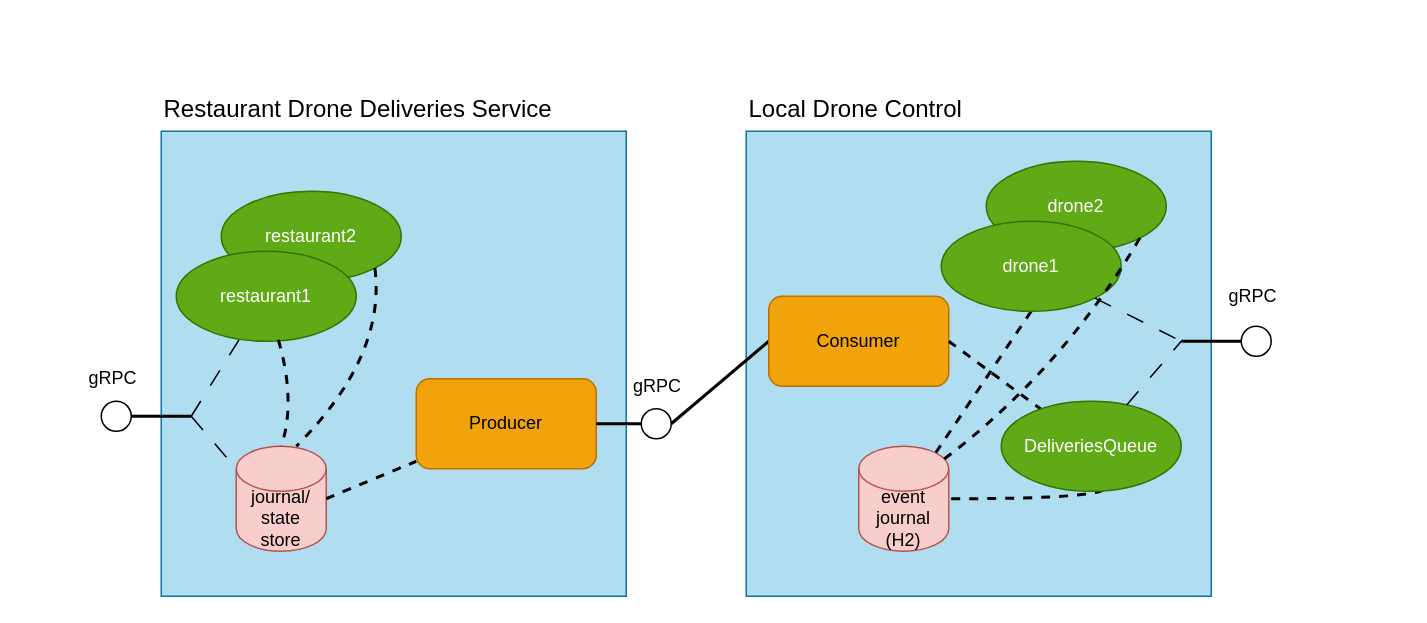
akka/akka-projection keeps this draw.io diagram as akka-edge-docs/src/main/paradox/images/guide-section-4.drawio. Above is the earlier version. Source tidied: cells renumbered, new cells numbered last; positions are measured from the earlier drawing's top-left corner, leaving out a move shared by most shapes. Both pictures are drawn from the tidied source at 150%, with x=0, y=0 at pixel (86, 86).
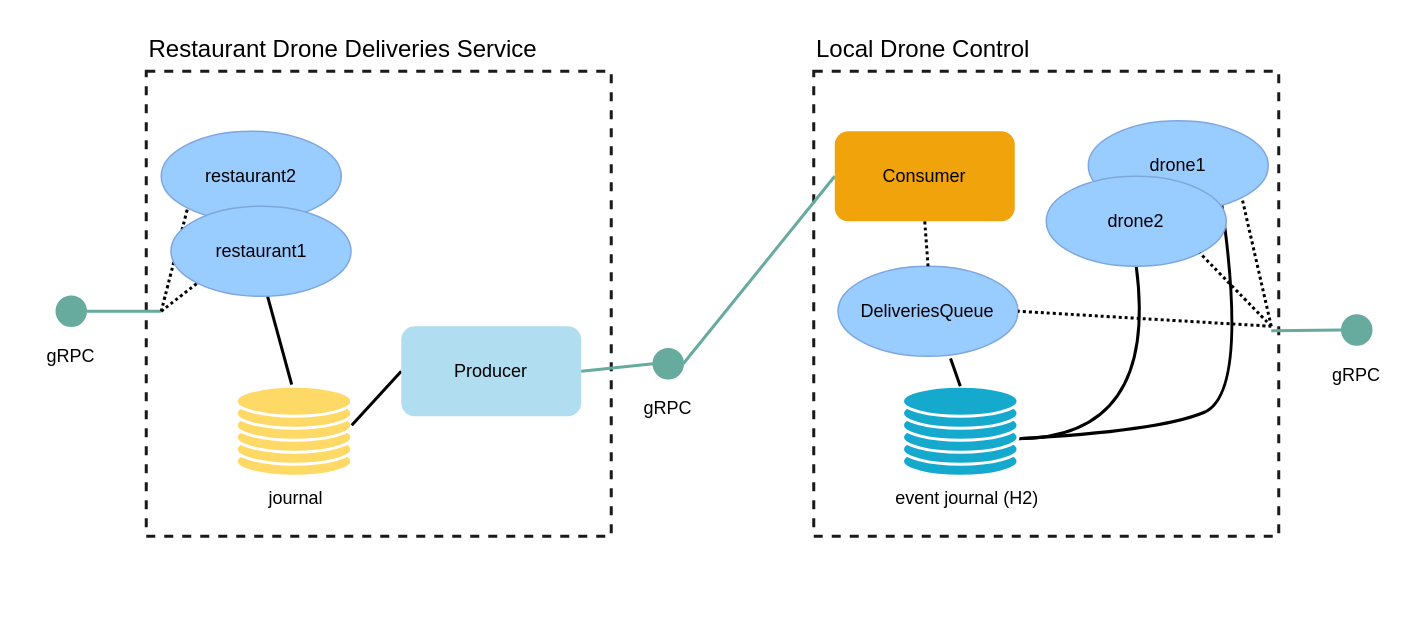
Above is the later version.

The edit, as a diff of the source:
```diff
@@
-    <mxCell id="2" style="whiteSpace=wrap;html=1;fillColor=#b1ddf0;strokeColor=#10739e;" parent="1" vertex="1">
-      <mxGeometry x="440" y="30" width="310" height="310" as="geometry" />
-    </mxCell>
-    <mxCell id="3" style="endArrow=none;html=1;exitX=0.5;exitY=1;exitDx=0;exitDy=0;strokeWidth=2;endFill=0;dashed=1;curved=1;entryX=0.855;entryY=0;entryDx=0;entryDy=4.35;entryPerimeter=0;" parent="1" edge="1" source="28" target="4">
-      <mxGeometry relative="1" as="geometry" />
-    </mxCell>
+    <mxCell id="36" style="whiteSpace=wrap;html=1;fillColor=#FFFFFF;strokeColor=#1A1A1A;strokeWidth=2;dashed=1;" parent="1" vertex="1">
+      <mxGeometry x="40" y="-10" width="310" height="310" as="geometry" />
+    </mxCell>
+    <mxCell id="37" style="ellipse;whiteSpace=wrap;html=1;strokeColor=#67AB9F;fillColor=#67AB9F;" parent="1" vertex="1">
+      <mxGeometry x="378" y="175" width="20" height="20" as="geometry" />
+    </mxCell>
+    <mxCell id="38" value="gRPC" style="text;html=1;strokeColor=none;fillColor=none;align=center;verticalAlign=middle;whiteSpace=wrap;rounded=0;" parent="1" vertex="1">
+      <mxGeometry x="358" y="200" width="60" height="30" as="geometry" />
+    </mxCell>
+    <mxCell id="39" style="endArrow=none;html=1;rounded=0;strokeWidth=2;endFill=0;exitX=0.367;exitY=-0.014;exitDx=0;exitDy=0;exitPerimeter=0;" parent="1" edge="1">
+      <mxGeometry relative="1" as="geometry">
+        <mxPoint x="137" y="199" as="sourcePoint" />
+        <mxPoint x="120.7" y="139.4" as="targetPoint" />
+      </mxGeometry>
+    </mxCell>
+    <mxCell id="19" value="Restaurant Drone Deliveries Service" style="text;html=1;strokeColor=none;fillColor=none;align=left;verticalAlign=middle;whiteSpace=wrap;rounded=0;fontSize=16;" parent="1" vertex="1">
+      <mxGeometry x="40" y="-40" width="290" height="30" as="geometry" />
+    </mxCell>
+    <mxCell id="40" value="journal" style="text;html=1;strokeColor=none;fillColor=none;align=center;verticalAlign=middle;whiteSpace=wrap;rounded=0;" parent="1" vertex="1">
+      <mxGeometry x="80" y="260" width="120" height="30" as="geometry" />
+    </mxCell>
+    <mxCell id="41" style="group;" parent="1" vertex="1">
+      <mxGeometry x="100" y="200" width="77" height="60" as="geometry" />
+    </mxCell>
+    <mxCell id="42" style="ellipse;whiteSpace=wrap;html=1;fillColor=#FFD966;strokeColor=#FFFFFF;strokeWidth=2;" parent="41" vertex="1">
+      <mxGeometry y="40" width="77" height="20" as="geometry" />
+    </mxCell>
+    <mxCell id="43" style="ellipse;whiteSpace=wrap;html=1;fillColor=#FFD966;strokeColor=#FFFFFF;strokeWidth=2;" parent="41" vertex="1">
+      <mxGeometry y="32" width="77" height="20" as="geometry" />
+    </mxCell>
+    <mxCell id="44" style="ellipse;whiteSpace=wrap;html=1;fillColor=#FFD966;strokeColor=#FFFFFF;strokeWidth=2;" parent="41" vertex="1">
+      <mxGeometry y="24" width="77" height="20" as="geometry" />
+    </mxCell>
+    <mxCell id="45" style="ellipse;whiteSpace=wrap;html=1;fillColor=#FFD966;strokeColor=#FFFFFF;strokeWidth=2;" parent="41" vertex="1">
+      <mxGeometry y="16" width="77" height="20" as="geometry" />
+    </mxCell>
+    <mxCell id="46" style="ellipse;whiteSpace=wrap;html=1;fillColor=#FFD966;strokeColor=#FFFFFF;strokeWidth=2;" parent="41" vertex="1">
+      <mxGeometry y="8" width="77" height="20" as="geometry" />
+    </mxCell>
+    <mxCell id="47" style="ellipse;whiteSpace=wrap;html=1;fillColor=#FFD966;strokeColor=#FFFFFF;strokeWidth=2;" parent="41" vertex="1">
+      <mxGeometry width="77" height="20" as="geometry" />
+    </mxCell>
+    <mxCell id="48" style="rounded=0;jettySize=auto;html=1;strokeWidth=2;endArrow=none;endFill=0;exitX=1;exitY=0.5;exitDx=0;exitDy=0;strokeColor=#67AB9F;" parent="1" edge="1" source="49">
+      <mxGeometry relative="1" as="geometry">
+        <mxPoint x="50" y="150" as="targetPoint" />
+      </mxGeometry>
+    </mxCell>
+    <mxCell id="49" style="ellipse;whiteSpace=wrap;html=1;strokeColor=#67AB9F;fillColor=#67AB9F;" parent="1" vertex="1">
+      <mxGeometry x="-20" y="140" width="20" height="20" as="geometry" />
+    </mxCell>
+    <mxCell id="50" value="gRPC" style="text;html=1;strokeColor=none;fillColor=none;align=center;verticalAlign=middle;whiteSpace=wrap;rounded=0;" parent="1" vertex="1">
+      <mxGeometry x="-40" y="165" width="60" height="30" as="geometry" />
+    </mxCell>
+    <mxCell id="12" value="restaurant2" style="ellipse;whiteSpace=wrap;html=1;fillColor=#99CCFF;strokeColor=#7EA6E0;fontColor=#000000;" parent="1" vertex="1">
+      <mxGeometry x="50" y="30" width="120" height="60" as="geometry" />
+    </mxCell>
+    <mxCell id="51" style="endArrow=none;html=1;rounded=0;exitX=0;exitY=0.5;exitDx=0;exitDy=0;strokeWidth=2;endFill=0;entryX=1;entryY=0.5;entryDx=0;entryDy=0;" parent="1" edge="1" source="11" target="45">
+      <mxGeometry relative="1" as="geometry" />
+    </mxCell>
+    <mxCell id="52" style="endArrow=none;html=1;strokeWidth=2;endFill=0;curved=1;dashed=1;entryX=0;entryY=1;entryDx=0;entryDy=0;dashPattern=1 1;" parent="1" edge="1" target="12">
+      <mxGeometry relative="1" as="geometry">
+        <mxPoint x="50" y="150" as="sourcePoint" />
+      </mxGeometry>
+    </mxCell>
+    <mxCell id="53" style="endArrow=none;html=1;strokeWidth=2;endFill=0;curved=1;dashed=1;entryX=0;entryY=1;entryDx=0;entryDy=0;dashPattern=1 1;" parent="1" edge="1" target="13">
+      <mxGeometry relative="1" as="geometry">
+        <mxPoint x="50" y="150" as="sourcePoint" />
+      </mxGeometry>
+    </mxCell>
+    <mxCell id="13" value="restaurant1" style="ellipse;whiteSpace=wrap;html=1;fillColor=#99CCFF;strokeColor=#7EA6E0;fontColor=#000000;" parent="1" vertex="1">
+      <mxGeometry x="56.5" y="80" width="120" height="60" as="geometry" />
+    </mxCell>
+    <mxCell id="54" style="whiteSpace=wrap;html=1;fillColor=#FFFFFF;strokeColor=#1A1A1A;dashed=1;strokeWidth=2;" parent="1" vertex="1">
+      <mxGeometry x="485" y="-10" width="310" height="310" as="geometry" />
+    </mxCell>
+    <mxCell id="55" style="endArrow=none;html=1;exitX=0.5;exitY=1;exitDx=0;exitDy=0;entryX=1;entryY=0.5;entryDx=0;entryDy=0;entryPerimeter=0;strokeWidth=2;endFill=0;jumpStyle=none;strokeColor=default;curved=1;" parent="1" edge="1" source="27">
+      <mxGeometry relative="1" as="geometry">
+        <mxPoint x="620" y="235" as="targetPoint" />
+        <Array as="points">
+          <mxPoint x="715" y="235" />
+        </Array>
+      </mxGeometry>
+    </mxCell>
+    <mxCell id="56" style="endArrow=none;html=1;exitX=0.742;exitY=0.933;exitDx=0;exitDy=0;strokeWidth=2;endFill=0;curved=1;entryX=1;entryY=0.5;entryDx=0;entryDy=0;entryPerimeter=0;exitPerimeter=0;" parent="1" edge="1" source="28">
+      <mxGeometry relative="1" as="geometry">
+        <mxPoint x="620" y="235" as="targetPoint" />
+        <Array as="points">
+          <mxPoint x="775" y="205" />
+          <mxPoint x="715" y="230" />
+        </Array>
+      </mxGeometry>
+    </mxCell>
+    <mxCell id="6" value="Local Drone Control" style="text;html=1;strokeColor=none;fillColor=none;align=left;verticalAlign=middle;whiteSpace=wrap;rounded=0;fontSize=16;" parent="1" vertex="1">
+      <mxGeometry x="485" y="-40" width="200" height="30" as="geometry" />
+    </mxCell>
+    <mxCell id="28" value="drone1" style="ellipse;whiteSpace=wrap;html=1;fillColor=#99CCFF;strokeColor=#7EA6E0;fontColor=#000000;" parent="1" vertex="1">
+      <mxGeometry x="668" y="23" width="120" height="60" as="geometry" />
+    </mxCell>
+    <mxCell id="27" value="drone2" style="ellipse;whiteSpace=wrap;html=1;fillColor=#99CCFF;strokeColor=#7EA6E0;fontColor=#000000;" parent="1" vertex="1">
+      <mxGeometry x="640" y="60" width="120" height="60" as="geometry" />
+    </mxCell>
+    <mxCell id="57" style="group;" parent="1" vertex="1">
+      <mxGeometry x="544.2" y="200" width="77" height="60" as="geometry" />
+    </mxCell>
+    <mxCell id="58" style="ellipse;whiteSpace=wrap;html=1;fillColor=#15a9ce;strokeColor=#FFFFFF;strokeWidth=2;" parent="57" vertex="1">
+      <mxGeometry y="40" width="77" height="20" as="geometry" />
+    </mxCell>
+    <mxCell id="59" style="ellipse;whiteSpace=wrap;html=1;fillColor=#15a9ce;strokeColor=#FFFFFF;strokeWidth=2;" parent="57" vertex="1">
+      <mxGeometry y="32" width="77" height="20" as="geometry" />
+    </mxCell>
+    <mxCell id="60" style="ellipse;whiteSpace=wrap;html=1;fillColor=#15a9ce;strokeColor=#FFFFFF;strokeWidth=2;" parent="57" vertex="1">
+      <mxGeometry y="24" width="77" height="20" as="geometry" />
+    </mxCell>
+    <mxCell id="61" style="ellipse;whiteSpace=wrap;html=1;fillColor=#15a9ce;strokeColor=#FFFFFF;strokeWidth=2;" parent="57" vertex="1">
+      <mxGeometry y="16" width="77" height="20" as="geometry" />
+    </mxCell>
+    <mxCell id="62" style="ellipse;whiteSpace=wrap;html=1;fillColor=#15a9ce;strokeColor=#FFFFFF;strokeWidth=2;" parent="57" vertex="1">
+      <mxGeometry y="8" width="77" height="20" as="geometry" />
+    </mxCell>
+    <mxCell id="63" style="ellipse;whiteSpace=wrap;html=1;fillColor=#15a9ce;strokeColor=#FFFFFF;strokeWidth=2;" parent="57" vertex="1">
+      <mxGeometry width="77" height="20" as="geometry" />
+    </mxCell>
-    <mxCell id="4" value="event&lt;br&gt;journal (H2)" style="shape=cylinder3;whiteSpace=wrap;html=1;boundedLbl=1;backgroundOutline=1;size=15;fillColor=#f8cecc;strokeColor=#b85450;" parent="1" vertex="1">
-      <mxGeometry x="515" y="240" width="60" height="70" as="geometry" />
+    <mxCell id="4" value="event journal (H2)" style="text;html=1;strokeColor=none;fillColor=none;align=center;verticalAlign=middle;whiteSpace=wrap;rounded=0;" parent="1" vertex="1">
+      <mxGeometry x="535" y="260" width="105" height="30" as="geometry" />
     </mxCell>
-    <mxCell id="5" style="endArrow=none;html=1;exitX=0.567;exitY=0.983;exitDx=0;exitDy=0;exitPerimeter=0;entryX=1;entryY=0.5;entryDx=0;entryDy=0;entryPerimeter=0;strokeWidth=2;endFill=0;jumpStyle=none;strokeColor=default;dashed=1;curved=1;" parent="1" edge="1" source="30" target="4">
-      <mxGeometry relative="1" as="geometry">
-        <Array as="points">
-          <mxPoint x="670" y="275" />
-        </Array>
-      </mxGeometry>
-    </mxCell>
-    <mxCell id="6" value="Local Drone Control" style="text;html=1;strokeColor=none;fillColor=none;align=left;verticalAlign=middle;whiteSpace=wrap;rounded=0;fontSize=16;" parent="1" vertex="1">
-      <mxGeometry x="440" width="200" height="30" as="geometry" />
-    </mxCell>
-    <mxCell id="7" style="ellipse;whiteSpace=wrap;html=1;" parent="1" vertex="1">
-      <mxGeometry x="370" y="215" width="20" height="20" as="geometry" />
-    </mxCell>
-    <mxCell id="8" value="gRPC" style="text;html=1;strokeColor=none;fillColor=none;align=left;verticalAlign=middle;whiteSpace=wrap;rounded=0;fontSize=12;" parent="1" vertex="1">
-      <mxGeometry x="363" y="185" width="50" height="30" as="geometry" />
-    </mxCell>
-    <mxCell id="9" style="whiteSpace=wrap;html=1;fillColor=#b1ddf0;strokeColor=#10739e;" parent="1" vertex="1">
-      <mxGeometry x="50" y="30" width="310" height="310" as="geometry" />
-    </mxCell>
-    <mxCell id="10" value="journal/&lt;br&gt;state &lt;br&gt;store" style="shape=cylinder3;whiteSpace=wrap;html=1;boundedLbl=1;backgroundOutline=1;size=15;fillColor=#f8cecc;strokeColor=#b85450;" parent="1" vertex="1">
-      <mxGeometry x="100" y="240" width="60" height="70" as="geometry" />
-    </mxCell>
+    <mxCell id="64" style="rounded=0;jettySize=auto;html=1;strokeWidth=2;endArrow=none;endFill=0;exitX=1;exitY=0.5;exitDx=0;exitDy=0;strokeColor=#67AB9F;entryX=0;entryY=0.5;entryDx=0;entryDy=0;" parent="1" edge="1" source="37" target="20">
+      <mxGeometry relative="1" as="geometry" />
+    </mxCell>
+    <mxCell id="20" value="Consumer" style="rounded=1;whiteSpace=wrap;html=1;fillColor=#f0a30a;fontColor=#000000;strokeColor=none;" parent="1" vertex="1">
+      <mxGeometry x="499" y="30" width="120" height="60" as="geometry" />
+    </mxCell>
-    <mxCell id="11" value="Producer" style="rounded=1;whiteSpace=wrap;html=1;fillColor=#f0a30a;fontColor=#000000;strokeColor=#BD7000;" parent="1" vertex="1">
-      <mxGeometry x="220" y="195" width="120" height="60" as="geometry" />
+    <mxCell id="11" value="Producer" style="rounded=1;whiteSpace=wrap;html=1;fillColor=#b1ddf0;strokeColor=none;" parent="1" vertex="1">
+      <mxGeometry x="210" y="160" width="120" height="60" as="geometry" />
     </mxCell>
-    <mxCell id="12" value="restaurant2" style="ellipse;whiteSpace=wrap;html=1;fillColor=#60a917;strokeColor=#2D7600;fontColor=#ffffff;" parent="1" vertex="1">
-      <mxGeometry x="90" y="70" width="120" height="60" as="geometry" />
-    </mxCell>
-    <mxCell id="13" value="restaurant1" style="ellipse;whiteSpace=wrap;html=1;fillColor=#60a917;strokeColor=#2D7600;fontColor=#ffffff;" parent="1" vertex="1">
-      <mxGeometry x="60" y="110" width="120" height="60" as="geometry" />
-    </mxCell>
-    <mxCell id="14" style="endArrow=none;html=1;exitX=0.567;exitY=0.983;exitDx=0;exitDy=0;exitPerimeter=0;entryX=0.5;entryY=0;entryDx=0;entryDy=0;entryPerimeter=0;strokeWidth=2;endFill=0;jumpStyle=none;strokeColor=default;dashed=1;curved=1;" parent="1" edge="1" source="13" target="10">
-      <mxGeometry relative="1" as="geometry">
-        <Array as="points">
-          <mxPoint x="140" y="210" />
-        </Array>
-      </mxGeometry>
-    </mxCell>
-    <mxCell id="15" style="endArrow=none;html=1;exitX=1;exitY=1;exitDx=0;exitDy=0;strokeWidth=2;endFill=0;dashed=1;curved=1;" parent="1" edge="1" source="12">
-      <mxGeometry relative="1" as="geometry">
-        <mxPoint x="140" y="240" as="targetPoint" />
-        <Array as="points">
-          <mxPoint x="200" y="180" />
-        </Array>
-      </mxGeometry>
-    </mxCell>
-    <mxCell id="16" style="endArrow=none;html=1;exitX=1;exitY=0.5;exitDx=0;exitDy=0;strokeWidth=2;endFill=0;exitPerimeter=0;curved=1;dashed=1;" parent="1" edge="1" source="10" target="11">
-      <mxGeometry relative="1" as="geometry" />
-    </mxCell>
-    <mxCell id="17" style="endArrow=none;html=1;rounded=0;strokeWidth=2;endFill=0;entryX=0;entryY=0.5;entryDx=0;entryDy=0;exitX=1;exitY=0.5;exitDx=0;exitDy=0;" parent="1" edge="1" source="11" target="7">
-      <mxGeometry relative="1" as="geometry" />
-    </mxCell>
-    <mxCell id="18" style="endArrow=none;html=1;rounded=0;entryX=0;entryY=0.5;entryDx=0;entryDy=0;exitX=1;exitY=0.5;exitDx=0;exitDy=0;strokeWidth=2;" parent="1" edge="1" source="7" target="20">
-      <mxGeometry relative="1" as="geometry" />
-    </mxCell>
-    <mxCell id="19" value="Restaurant Drone Deliveries Service" style="text;html=1;strokeColor=none;fillColor=none;align=left;verticalAlign=middle;whiteSpace=wrap;rounded=0;fontSize=16;" parent="1" vertex="1">
-      <mxGeometry x="50" width="290" height="30" as="geometry" />
-    </mxCell>
-    <mxCell id="20" value="Consumer" style="rounded=1;whiteSpace=wrap;html=1;fillColor=#f0a30a;fontColor=#000000;strokeColor=#BD7000;" parent="1" vertex="1">
-      <mxGeometry x="455" y="140" width="120" height="60" as="geometry" />
-    </mxCell>
-    <mxCell id="21" style="endArrow=none;html=1;strokeWidth=2;endFill=0;dashed=1;curved=1;exitX=1;exitY=0.5;exitDx=0;exitDy=0;" parent="1" edge="1" source="20" target="30">
-      <mxGeometry relative="1" as="geometry" />
-    </mxCell>
-    <mxCell id="22" style="ellipse;whiteSpace=wrap;html=1;" parent="1" vertex="1">
-      <mxGeometry x="10" y="210" width="20" height="20" as="geometry" />
-    </mxCell>
-    <mxCell id="23" style="endArrow=none;html=1;rounded=0;strokeWidth=2;endFill=0;exitX=0.065;exitY=0.613;exitDx=0;exitDy=0;exitPerimeter=0;entryX=1;entryY=0.5;entryDx=0;entryDy=0;" parent="1" edge="1" source="9" target="22">
-      <mxGeometry relative="1" as="geometry" />
-    </mxCell>
-    <mxCell id="24" style="endArrow=none;html=1;rounded=0;dashed=1;dashPattern=12 12;entryX=0;entryY=0;entryDx=0;entryDy=15;entryPerimeter=0;" parent="1" edge="1" target="10">
-      <mxGeometry relative="1" as="geometry">
-        <mxPoint x="70" y="220" as="sourcePoint" />
-      </mxGeometry>
-    </mxCell>
-    <mxCell id="25" style="endArrow=none;html=1;rounded=0;dashed=1;dashPattern=12 12;" parent="1" edge="1" target="13">
-      <mxGeometry relative="1" as="geometry">
-        <mxPoint x="70" y="220" as="sourcePoint" />
-      </mxGeometry>
-    </mxCell>
-    <mxCell id="26" value="gRPC" style="text;html=1;strokeColor=none;fillColor=none;align=left;verticalAlign=middle;whiteSpace=wrap;rounded=0;fontSize=12;" parent="1" vertex="1">
-      <mxGeometry y="180" width="50" height="30" as="geometry" />
-    </mxCell>
-    <mxCell id="27" value="drone2" style="ellipse;whiteSpace=wrap;html=1;fillColor=#60a917;strokeColor=#2D7600;fontColor=#ffffff;" parent="1" vertex="1">
-      <mxGeometry x="600" y="50" width="120" height="60" as="geometry" />
-    </mxCell>
-    <mxCell id="28" value="drone1" style="ellipse;whiteSpace=wrap;html=1;fillColor=#60a917;strokeColor=#2D7600;fontColor=#ffffff;" parent="1" vertex="1">
-      <mxGeometry x="570" y="90" width="120" height="60" as="geometry" />
-    </mxCell>
-    <mxCell id="29" style="endArrow=none;html=1;exitX=1;exitY=1;exitDx=0;exitDy=0;strokeWidth=2;endFill=0;dashed=1;curved=1;" parent="1" edge="1" source="27">
-      <mxGeometry relative="1" as="geometry">
-        <mxPoint x="570" y="250" as="targetPoint" />
-        <Array as="points">
-          <mxPoint x="650" y="190" />
-        </Array>
-      </mxGeometry>
-    </mxCell>
+    <mxCell id="65" style="rounded=0;jettySize=auto;html=1;strokeWidth=2;endArrow=none;endFill=0;exitX=1;exitY=0.5;exitDx=0;exitDy=0;strokeColor=#67AB9F;entryX=0;entryY=0.5;entryDx=0;entryDy=0;" parent="1" edge="1" source="11" target="37">
+      <mxGeometry relative="1" as="geometry" />
+    </mxCell>
+    <mxCell id="66" style="ellipse;whiteSpace=wrap;html=1;strokeColor=#67AB9F;fillColor=#67AB9F;" parent="1" vertex="1">
+      <mxGeometry x="837" y="152.5" width="20" height="20" as="geometry" />
+    </mxCell>
+    <mxCell id="67" value="gRPC" style="text;html=1;strokeColor=none;fillColor=none;align=center;verticalAlign=middle;whiteSpace=wrap;rounded=0;" parent="1" vertex="1">
+      <mxGeometry x="817" y="177.5" width="60" height="30" as="geometry" />
+    </mxCell>
+    <mxCell id="68" style="rounded=0;jettySize=auto;html=1;strokeWidth=2;endArrow=none;endFill=0;exitX=0;exitY=0.5;exitDx=0;exitDy=0;strokeColor=#67AB9F;" parent="1" edge="1" source="66">
+      <mxGeometry relative="1" as="geometry">
+        <mxPoint x="790" y="163" as="targetPoint" />
+      </mxGeometry>
+    </mxCell>
-    <mxCell id="30" value="DeliveriesQueue" style="ellipse;whiteSpace=wrap;html=1;fillColor=#60a917;strokeColor=#2D7600;fontColor=#ffffff;" parent="1" vertex="1">
-      <mxGeometry x="610" y="210" width="120" height="60" as="geometry" />
+    <mxCell id="30" value="DeliveriesQueue" style="ellipse;whiteSpace=wrap;html=1;fillColor=#99CCFF;strokeColor=#7EA6E0;fontColor=#000000;" parent="1" vertex="1">
+      <mxGeometry x="501.2" y="120" width="120" height="60" as="geometry" />
     </mxCell>
-    <mxCell id="31" style="ellipse;whiteSpace=wrap;html=1;" parent="1" vertex="1">
-      <mxGeometry x="770" y="160" width="20" height="20" as="geometry" />
-    </mxCell>
-    <mxCell id="32" style="endArrow=none;html=1;rounded=0;strokeWidth=2;endFill=0;" parent="1" edge="1">
-      <mxGeometry relative="1" as="geometry">
-        <mxPoint x="770" y="170" as="sourcePoint" />
-        <mxPoint x="770" y="170" as="targetPoint" />
-        <Array as="points">
-          <mxPoint x="730" y="170" />
-        </Array>
-      </mxGeometry>
-    </mxCell>
-    <mxCell id="33" value="gRPC" style="text;html=1;strokeColor=none;fillColor=none;align=left;verticalAlign=middle;whiteSpace=wrap;rounded=0;fontSize=12;" parent="1" vertex="1">
-      <mxGeometry x="760" y="125" width="50" height="30" as="geometry" />
-    </mxCell>
-    <mxCell id="34" style="endArrow=none;html=1;rounded=0;dashed=1;dashPattern=12 12;" parent="1" edge="1" source="28">
-      <mxGeometry relative="1" as="geometry">
-        <mxPoint x="730" y="170" as="targetPoint" />
-      </mxGeometry>
-    </mxCell>
-    <mxCell id="35" style="endArrow=none;html=1;rounded=0;dashed=1;dashPattern=12 12;" parent="1" edge="1" source="30">
-      <mxGeometry relative="1" as="geometry">
-        <mxPoint x="730" y="170" as="targetPoint" />
-      </mxGeometry>
-    </mxCell>
+    <mxCell id="69" style="endArrow=none;html=1;rounded=0;exitX=0.625;exitY=1.025;exitDx=0;exitDy=0;strokeWidth=2;endFill=0;entryX=0.5;entryY=0;entryDx=0;entryDy=0;exitPerimeter=0;" parent="1" edge="1" source="30" target="63">
+      <mxGeometry relative="1" as="geometry" />
+    </mxCell>
+    <mxCell id="70" style="endArrow=none;html=1;strokeWidth=2;endFill=0;curved=1;dashed=1;entryX=0.5;entryY=1;entryDx=0;entryDy=0;dashPattern=1 1;exitX=0.5;exitY=0;exitDx=0;exitDy=0;" parent="1" edge="1" source="30" target="20">
+      <mxGeometry relative="1" as="geometry" />
+    </mxCell>
+    <mxCell id="71" style="endArrow=none;html=1;strokeWidth=2;endFill=0;curved=1;dashed=1;entryX=1;entryY=0.5;entryDx=0;entryDy=0;dashPattern=1 1;" parent="1" edge="1" target="30">
+      <mxGeometry relative="1" as="geometry">
+        <mxPoint x="790" y="160" as="sourcePoint" />
+      </mxGeometry>
+    </mxCell>
+    <mxCell id="72" style="endArrow=none;html=1;strokeWidth=2;endFill=0;curved=1;dashed=1;entryX=1;entryY=1;entryDx=0;entryDy=0;dashPattern=1 1;" parent="1" edge="1" target="27">
+      <mxGeometry relative="1" as="geometry">
+        <mxPoint x="790" y="160" as="sourcePoint" />
+      </mxGeometry>
+    </mxCell>
+    <mxCell id="73" style="endArrow=none;html=1;strokeWidth=2;endFill=0;curved=1;dashed=1;entryX=1;entryY=1;entryDx=0;entryDy=0;dashPattern=1 1;" parent="1" edge="1" target="28">
+      <mxGeometry relative="1" as="geometry">
+        <mxPoint x="790" y="160" as="sourcePoint" />
+      </mxGeometry>
+    </mxCell>
```
